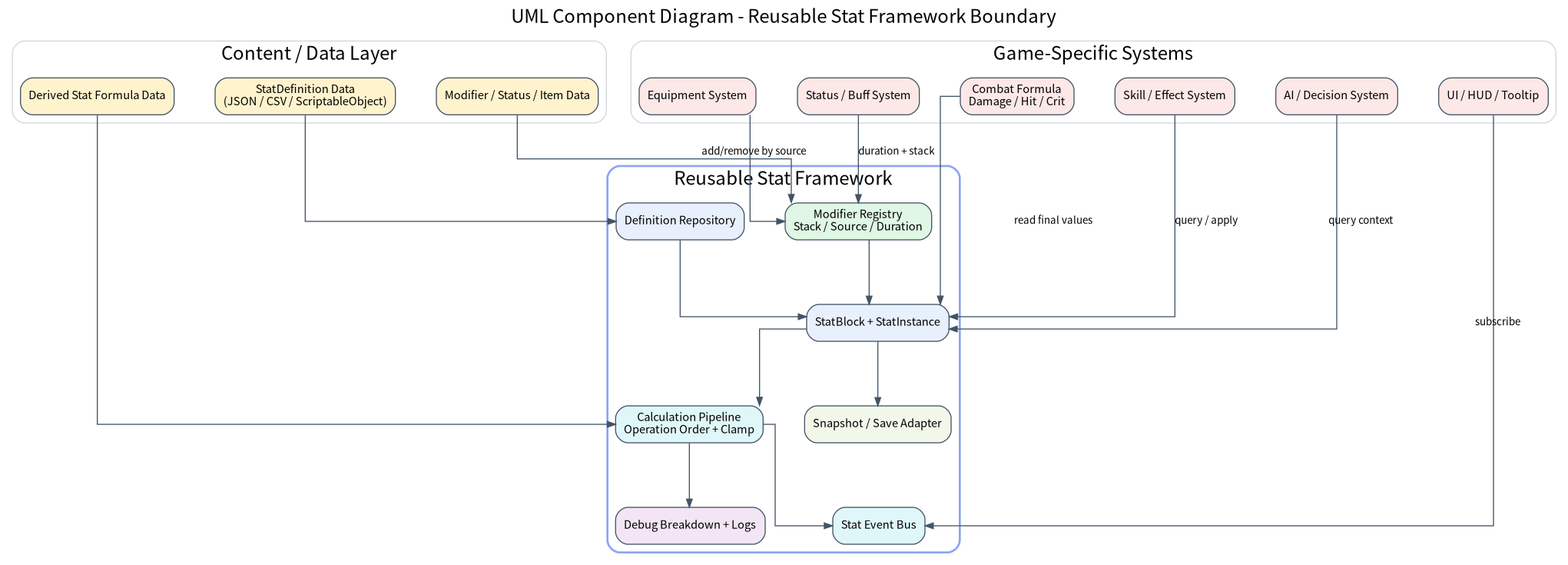
The Graphviz diagram assets/diagrams/03_component_diagram.png in JY-LemongO/game-system-framework-knowledge-site, before a commit. Its source is kept beside it as source/diagrams/03_component_diagram.dot. The source it was exported from:
```dot
digraph ComponentDiagram {
	graph [bgcolor=white fontname="Noto Sans CJK KR" fontsize=18 label="UML Component Diagram - Reusable Stat Framework Boundary" labelloc=t nodesep=0.55 rankdir=TB ranksep=0.85 splines=ortho]
	node [color="#425466" fontname="Noto Sans CJK KR" fontsize=11 shape=box style="rounded,filled"]
	edge [arrowsize=0.8 color="#425466" fontname="Noto Sans CJK KR" fontsize=10]
	subgraph cluster_content {
		color="#D0D7DE" fontname="Noto Sans CJK KR" label="Content / Data Layer" style=rounded
		StatDefs [label="StatDefinition Data
(JSON / CSV / ScriptableObject)" fillcolor="#FFF3CD"]
		ModifierDefs [label="Modifier / Status / Item Data" fillcolor="#FFF3CD"]
		FormulaDefs [label="Derived Stat Formula Data" fillcolor="#FFF3CD"]
	}
	subgraph cluster_stat {
		color="#8AA4F5" fontname="Noto Sans CJK KR" label="Reusable Stat Framework" style="rounded,bold"
		Repo [label="Definition Repository" fillcolor="#E8F0FE"]
		Block [label="StatBlock + StatInstance" fillcolor="#E8F0FE"]
		ModReg [label="Modifier Registry
Stack / Source / Duration" fillcolor="#DFF7E4"]
		Pipeline [label="Calculation Pipeline
Operation Order + Clamp" fillcolor="#E0F7FA"]
		Events [label="Stat Event Bus" fillcolor="#E0F7FA"]
		Debug [label="Debug Breakdown + Logs" fillcolor="#F3E5F5"]
		Save [label="Snapshot / Save Adapter" fillcolor="#F1F8E9"]
	}
	subgraph cluster_game {
		color="#D0D7DE" fontname="Noto Sans CJK KR" label="Game-Specific Systems" style=rounded
		Skill [label="Skill / Effect System" fillcolor="#FCE8E6"]
		Combat [label="Combat Formula
Damage / Hit / Crit" fillcolor="#FCE8E6"]
		Equip [label="Equipment System" fillcolor="#FCE8E6"]
		Status [label="Status / Buff System" fillcolor="#FCE8E6"]
		UI [label="UI / HUD / Tooltip" fillcolor="#FCE8E6"]
		AI [label="AI / Decision System" fillcolor="#FCE8E6"]
	}
	StatDefs -> Repo
	ModifierDefs -> ModReg
	FormulaDefs -> Pipeline
	Repo -> Block
	ModReg -> Block
	Block -> Pipeline
	Pipeline -> Debug
	Pipeline -> Events
	Block -> Save
	Skill -> Block [label="query / apply"]
	Equip -> ModReg [label="add/remove by source"]
	Status -> ModReg [label="duration + stack"]
	Combat -> Block [label="read final values"]
	UI -> Events [label=subscribe]
	AI -> Block [label="query context"]
}
```
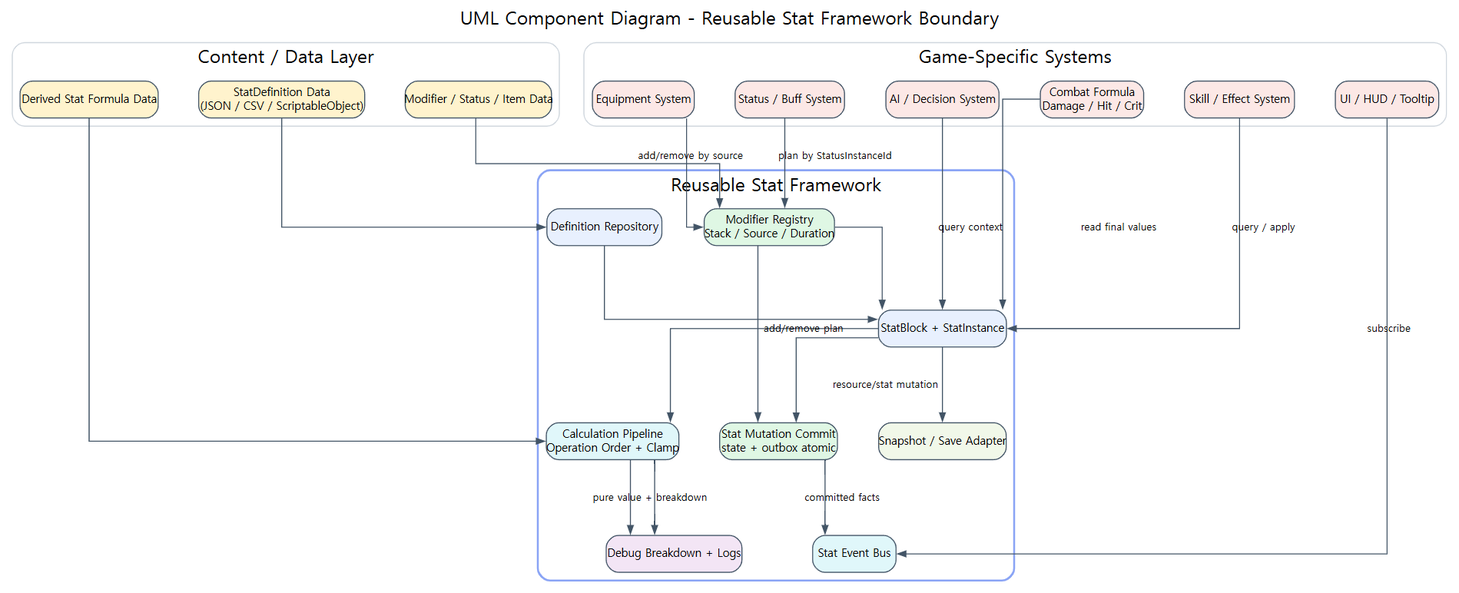
The same diagram one commit later.

What changed in the source:
```diff
@@ -18,6 +18,7 @@
 		Pipeline [label="Calculation Pipeline
 Operation Order + Clamp" fillcolor="#E0F7FA"]
 		Events [label="Stat Event Bus" fillcolor="#E0F7FA"]
+		Commit [label="Stat Mutation Commit\nstate + outbox atomic" fillcolor="#DFF7E4"]
 		Debug [label="Debug Breakdown + Logs" fillcolor="#F3E5F5"]
 		Save [label="Snapshot / Save Adapter" fillcolor="#F1F8E9"]
 	}
@@ -38,11 +39,14 @@
 	ModReg -> Block
 	Block -> Pipeline
 	Pipeline -> Debug
-	Pipeline -> Events
+	Pipeline -> Debug [label="pure value + breakdown"]
+	ModReg -> Commit [label="add/remove plan"]
+	Block -> Commit [label="resource/stat mutation"]
+	Commit -> Events [label="committed facts"]
 	Block -> Save
 	Skill -> Block [label="query / apply"]
 	Equip -> ModReg [label="add/remove by source"]
-	Status -> ModReg [label="duration + stack"]
+	Status -> ModReg [label="plan by StatusInstanceId"]
 	Combat -> Block [label="read final values"]
 	UI -> Events [label=subscribe]
 	AI -> Block [label="query context"]
```
